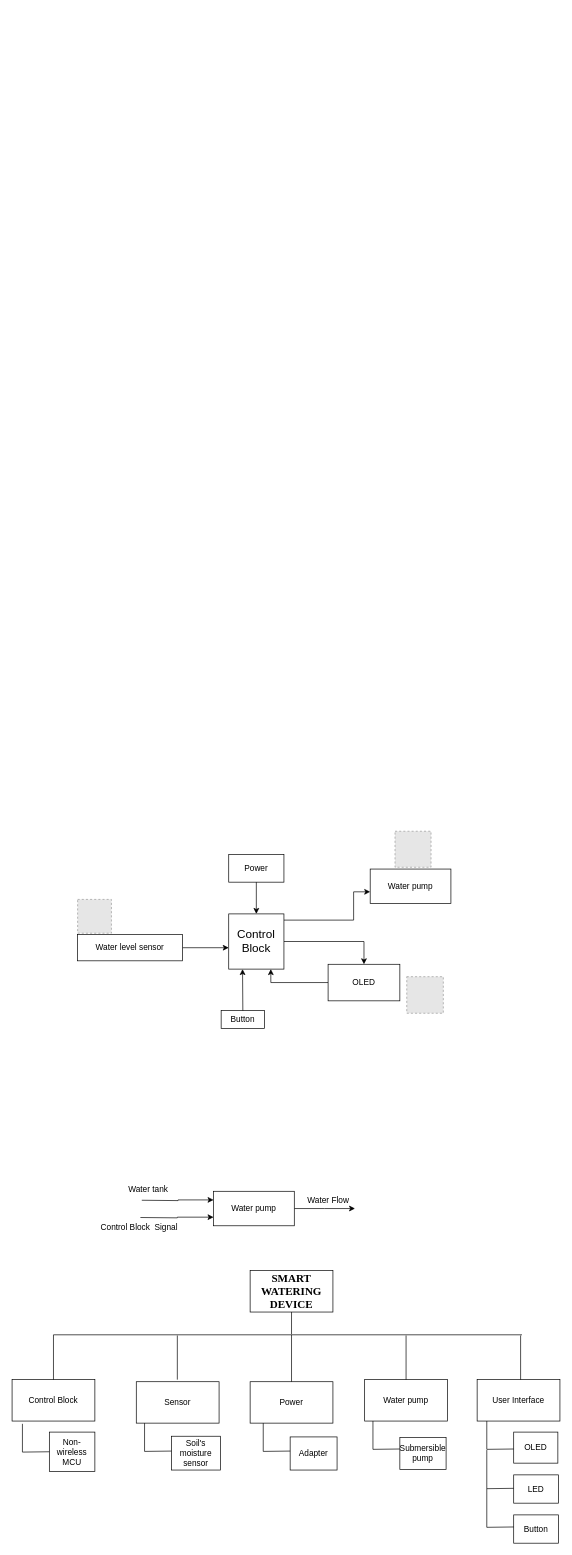
This is Untitled Diagram.drawio from anhkhangluu/test-project, a draw.io file, before an edit. Source tidied: cells renumbered, new cells numbered last; positions are measured from the earlier drawing's top-left corner, leaving out a move shared by most shapes. Both pictures are drawn from the tidied source at 69%, with x=0, y=0 at pixel (12, 831). Pictures stored in the file or linked from it are replaced by grey dashed boxes.
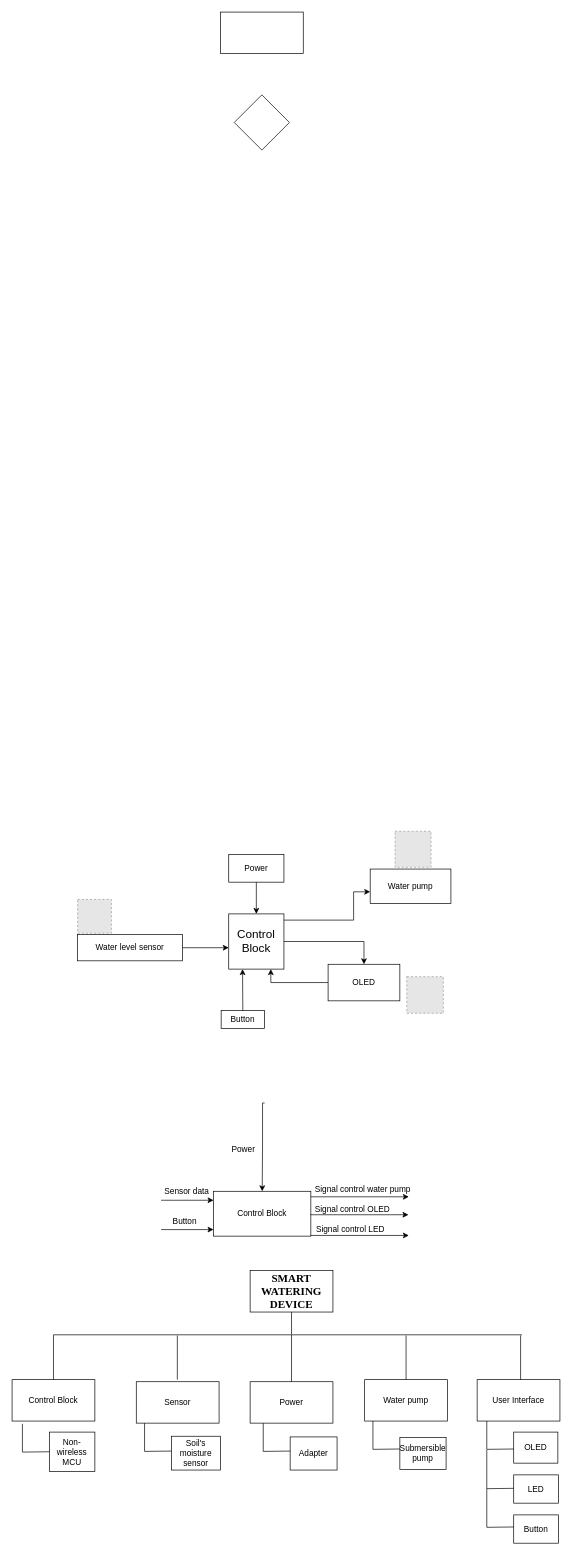
After the change.

Diff of the diagram source:
```diff
@@
-    <mxCell id="16" style="edgeStyle=orthogonalEdgeStyle;rounded=0;jettySize=auto;html=1;exitX=0;exitY=0.25;exitDx=0;exitDy=0;entryX=0;entryY=0.25;entryDx=0;entryDy=0;" parent="1" edge="1" target="19">
-      <mxGeometry relative="1" as="geometry">
-        <mxPoint x="188" y="535" as="sourcePoint" />
-      </mxGeometry>
-    </mxCell>
-    <mxCell id="17" style="edgeStyle=orthogonalEdgeStyle;rounded=0;jettySize=auto;html=1;exitX=0;exitY=0.75;exitDx=0;exitDy=0;entryX=0;entryY=0.75;entryDx=0;entryDy=0;" parent="1" edge="1" target="19">
-      <mxGeometry relative="1" as="geometry">
-        <mxPoint x="186" y="560" as="sourcePoint" />
-      </mxGeometry>
-    </mxCell>
-    <mxCell id="18" style="edgeStyle=orthogonalEdgeStyle;rounded=0;jettySize=auto;html=1;exitX=1;exitY=0.5;exitDx=0;exitDy=0;" parent="1" edge="1" source="19">
-      <mxGeometry relative="1" as="geometry">
-        <mxPoint x="497" y="547" as="targetPoint" />
-      </mxGeometry>
-    </mxCell>
-    <mxCell id="19" value="Water pump" style="whiteSpace=wrap;html=1;" parent="1" vertex="1">
-      <mxGeometry x="292" y="522" width="117" height="50" as="geometry" />
+    <mxCell id="19" value="Control Block" style="whiteSpace=wrap;html=1;" parent="1" vertex="1">
+      <mxGeometry x="292" y="522" width="141" height="65" as="geometry" />
     </mxCell>
-    <mxCell id="20" value="Water tank" style="text;html=1;align=center;verticalAlign=middle;strokeColor=none;fillColor=none;" parent="1" vertex="1">
-      <mxGeometry x="163" y="511" width="68" height="18" as="geometry" />
+    <mxCell id="20" value="Power" style="text;html=1;align=center;verticalAlign=middle;strokeColor=none;fillColor=none;" parent="1" vertex="1">
+      <mxGeometry x="312.5" y="453" width="44" height="18" as="geometry" />
     </mxCell>
-    <mxCell id="21" value="Control Block&amp;nbsp; Signal" style="text;html=1;align=center;verticalAlign=middle;strokeColor=none;fillColor=none;" parent="1" vertex="1">
-      <mxGeometry x="123" y="566" width="121" height="18" as="geometry" />
-    </mxCell>
+    <mxCell id="50" style="edgeStyle=orthogonalEdgeStyle;rounded=0;orthogonalLoop=1;jettySize=auto;html=1;" parent="1" edge="1">
+      <mxGeometry relative="1" as="geometry">
+        <mxPoint x="216" y="535" as="sourcePoint" />
+        <mxPoint x="292" y="535" as="targetPoint" />
+        <Array as="points">
+          <mxPoint x="220" y="535" />
+          <mxPoint x="220" y="535" />
+        </Array>
+      </mxGeometry>
+    </mxCell>
-    <mxCell id="22" value="Water Flow" style="text;html=1;align=center;verticalAlign=middle;strokeColor=none;fillColor=none;" parent="1" vertex="1">
-      <mxGeometry x="423" y="526" width="70" height="18" as="geometry" />
+    <mxCell id="22" value="Signal control water pump" style="text;html=1;align=center;verticalAlign=middle;strokeColor=none;fillColor=none;" parent="1" vertex="1">
+      <mxGeometry x="433" y="510" width="149" height="18" as="geometry" />
     </mxCell>
@@
+    <mxCell id="51" style="rhombus;whiteSpace=wrap;html=1;" parent="1" vertex="1">
+      <mxGeometry x="322" y="-1067" width="80" height="80" as="geometry" />
+    </mxCell>
+    <mxCell id="52" style="rounded=0;whiteSpace=wrap;html=1;" parent="1" vertex="1">
+      <mxGeometry x="302" y="-1187" width="120" height="60" as="geometry" />
+    </mxCell>
+    <mxCell id="53" value="Signal control OLED" style="text;html=1;align=center;verticalAlign=middle;strokeColor=none;fillColor=none;" parent="1" vertex="1">
+      <mxGeometry x="433" y="539" width="119" height="18" as="geometry" />
+    </mxCell>
+    <mxCell id="54" style="edgeStyle=orthogonalEdgeStyle;rounded=0;orthogonalLoop=1;jettySize=auto;html=1;exitX=1;exitY=0.5;exitDx=0;exitDy=0;" parent="1" edge="1">
+      <mxGeometry relative="1" as="geometry">
+        <mxPoint x="433" y="530" as="sourcePoint" />
+        <mxPoint x="575" y="530" as="targetPoint" />
+      </mxGeometry>
+    </mxCell>
+    <mxCell id="55" style="edgeStyle=orthogonalEdgeStyle;rounded=0;jettySize=auto;html=1;exitX=1;exitY=0.5;exitDx=0;exitDy=0;entryX=0.5;entryY=0;entryDx=0;entryDy=0;" parent="1" edge="1" target="19">
+      <mxGeometry relative="1" as="geometry">
+        <mxPoint x="366" y="394" as="sourcePoint" />
+        <Array as="points">
+          <mxPoint x="363" y="394" />
+          <mxPoint x="363" y="458" />
+        </Array>
+      </mxGeometry>
+    </mxCell>
+    <mxCell id="56" style="edgeStyle=orthogonalEdgeStyle;rounded=0;orthogonalLoop=1;jettySize=auto;html=1;exitX=1;exitY=0.5;exitDx=0;exitDy=0;" parent="1" edge="1">
+      <mxGeometry relative="1" as="geometry">
+        <mxPoint x="432.5" y="556" as="sourcePoint" />
+        <mxPoint x="574.5" y="556" as="targetPoint" />
+      </mxGeometry>
+    </mxCell>
+    <mxCell id="57" value="Signal control LED" style="text;html=1;align=center;verticalAlign=middle;strokeColor=none;fillColor=none;" parent="1" vertex="1">
+      <mxGeometry x="435" y="569" width="109" height="18" as="geometry" />
+    </mxCell>
+    <mxCell id="58" style="edgeStyle=orthogonalEdgeStyle;rounded=0;orthogonalLoop=1;jettySize=auto;html=1;exitX=1;exitY=0.5;exitDx=0;exitDy=0;" parent="1" edge="1">
+      <mxGeometry relative="1" as="geometry">
+        <mxPoint x="433" y="586" as="sourcePoint" />
+        <mxPoint x="575" y="586" as="targetPoint" />
+      </mxGeometry>
+    </mxCell>
+    <mxCell id="59" value="Sensor data" style="text;html=1;align=center;verticalAlign=middle;strokeColor=none;fillColor=none;" parent="1" vertex="1">
+      <mxGeometry x="215" y="513" width="75" height="18" as="geometry" />
+    </mxCell>
+    <mxCell id="60" style="edgeStyle=orthogonalEdgeStyle;rounded=0;orthogonalLoop=1;jettySize=auto;html=1;" parent="1" edge="1">
+      <mxGeometry relative="1" as="geometry">
+        <mxPoint x="216" y="577.5" as="sourcePoint" />
+        <mxPoint x="292" y="577.5" as="targetPoint" />
+        <Array as="points">
+          <mxPoint x="220" y="577.5" />
+          <mxPoint x="220" y="577.5" />
+        </Array>
+      </mxGeometry>
+    </mxCell>
+    <mxCell id="61" value="Button" style="text;html=1;align=center;verticalAlign=middle;strokeColor=none;fillColor=none;" parent="1" vertex="1">
+      <mxGeometry x="227" y="557" width="45" height="18" as="geometry" />
+    </mxCell>
```
